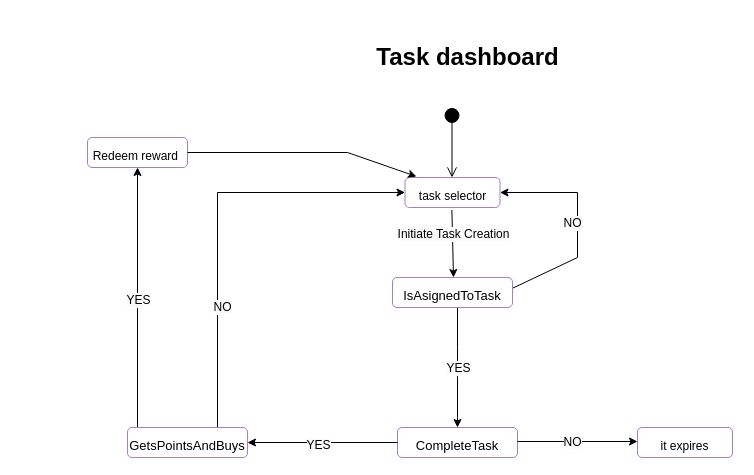
Above: state_machine/StateMachine.drawio in DiaconuAndr3i/ASSMS-Project (draw.io), before the change. Source tidied: cells renumbered, new cells numbered last; positions are measured from the earlier drawing's top-left corner, leaving out a move shared by most shapes. Both pictures are drawn from the tidied source at 100%, with x=0, y=0 at pixel (67, 37).
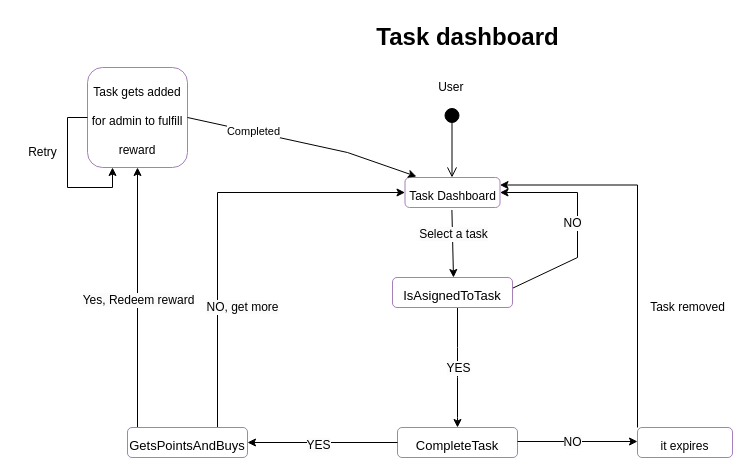
Above is the later version.

Unchanged cells that the change refers to:
```xml
<mxCell id="11" style="endArrow=classic;html=1;rounded=0;fontSize=12;exitX=0.5;exitY=1;exitDx=0;exitDy=0;" parent="1" edge="1">
  <mxGeometry relative="1" as="geometry">
    <mxPoint x="384.4" y="172.5" as="sourcePoint" />
    <mxPoint x="386" y="240" as="targetPoint" />
  </mxGeometry>
</mxCell>
<mxCell id="17" value="&lt;font style=&quot;font-size: 12px;&quot;&gt;it expires&lt;/font&gt;" style="rounded=1;whiteSpace=wrap;html=1;shadow=0;strokeColor=#A680B8;fontSize=24;fillColor=#FFFFFF;" parent="1" vertex="1">
  <mxGeometry x="570" y="390" width="95" height="30" as="geometry" />
</mxCell>
<mxCell id="23" style="endArrow=classic;html=1;rounded=0;fontSize=12;exitX=1;exitY=0.5;exitDx=0;exitDy=0;entryX=0.121;entryY=-0.033;entryDx=0;entryDy=0;entryPerimeter=0;" parent="1" edge="1" source="3" target="10">
  <mxGeometry relative="1" as="geometry">
    <Array as="points">
      <mxPoint x="280" y="115" />
    </Array>
  </mxGeometry>
</mxCell>
```

The edit, as a diff of the source:
```diff
@@
     <mxCell id="2" value="&lt;b&gt;Task dashboard&lt;/b&gt;" style="text;html=1;align=center;verticalAlign=middle;strokeColor=none;fillColor=none;fontSize=24;" parent="1" vertex="1">
-      <mxGeometry x="295" width="210" height="40" as="geometry" />
+      <mxGeometry x="295" y="-20" width="210" height="40" as="geometry" />
     </mxCell>
-    <mxCell id="3" value="&lt;font style=&quot;font-size: 12px;&quot;&gt;Redeem reward&amp;nbsp;&lt;/font&gt;" style="rounded=1;whiteSpace=wrap;html=1;shadow=0;strokeColor=#A680B8;fontSize=24;fillColor=#FFFFFF;" parent="1" vertex="1">
-      <mxGeometry x="20" y="100" width="100" height="30" as="geometry" />
+    <mxCell id="3" value="&lt;font style=&quot;font-size: 12px;&quot;&gt;Task gets added for admin to fulfill reward&lt;/font&gt;" style="rounded=1;whiteSpace=wrap;html=1;shadow=0;strokeColor=#A680B8;fontSize=24;fillColor=#FFFFFF;" parent="1" vertex="1">
+      <mxGeometry x="20" y="30" width="100" height="100" as="geometry" />
     </mxCell>
@@
-    <mxCell id="10" value="&lt;font style=&quot;font-size: 12px;&quot;&gt;task selector&lt;/font&gt;" style="rounded=1;whiteSpace=wrap;html=1;shadow=0;strokeColor=#A680B8;fontSize=24;fillColor=#FFFFFF;" parent="1" vertex="1">
+    <mxCell id="10" value="&lt;font style=&quot;font-size: 12px;&quot;&gt;Task Dashboard&lt;/font&gt;" style="rounded=1;whiteSpace=wrap;html=1;shadow=0;strokeColor=#A680B8;fontSize=24;fillColor=#FFFFFF;" parent="1" vertex="1">
       <mxGeometry x="337.5" y="140" width="95" height="30" as="geometry" />
     </mxCell>
@@
-    <mxCell id="12" value="&lt;span style=&quot;background-color: rgb(251, 251, 251);&quot;&gt;Initiate Task Creation&lt;/span&gt;" style="edgeLabel;html=1;align=center;verticalAlign=middle;fontSize=12;" parent="11" vertex="1">
+    <mxCell id="12" value="&lt;span style=&quot;background-color: rgb(251, 251, 251);&quot;&gt;Select a task&lt;/span&gt;" style="edgeLabel;html=1;align=center;verticalAlign=middle;fontSize=12;" parent="11" vertex="1">
       <mxGeometry x="-0.28" y="1" relative="1" as="geometry" />
     </mxCell>
@@
+    <mxCell id="25" style="edgeStyle=orthogonalEdgeStyle;rounded=0;jettySize=auto;html=1;entryX=1;entryY=0.25;entryDx=0;entryDy=0;" parent="1" edge="1" source="17" target="10">
+      <mxGeometry relative="1" as="geometry">
+        <Array as="points">
+          <mxPoint x="570" y="148" />
+        </Array>
+      </mxGeometry>
+    </mxCell>
@@
-    <mxCell id="22" value="&lt;span style=&quot;background-color: rgb(251, 251, 251);&quot;&gt;NO&lt;/span&gt;" style="edgeLabel;html=1;align=center;verticalAlign=middle;fontSize=12;" parent="1" vertex="1">
-      <mxGeometry x="190" y="270" as="geometry">
+    <mxCell id="22" value="&lt;span style=&quot;background-color: rgb(251, 251, 251);&quot;&gt;NO, get more&lt;/span&gt;" style="edgeLabel;html=1;align=center;verticalAlign=middle;fontSize=12;" parent="1" vertex="1">
+      <mxGeometry x="210" y="270" as="geometry">
         <mxPoint x="-36" y="-1" as="offset" />
       </mxGeometry>
     </mxCell>
@@
+    <mxCell id="26" value="Completed" style="edgeLabel;html=1;align=center;verticalAlign=middle;" parent="23" vertex="1">
+      <mxGeometry x="-0.43" y="1" relative="1" as="geometry" />
+    </mxCell>
-    <mxCell id="24" value="&lt;span style=&quot;background-color: rgb(251, 251, 251);&quot;&gt;YES&lt;/span&gt;" style="edgeLabel;html=1;align=center;verticalAlign=middle;fontSize=12;" parent="1" vertex="1">
+    <mxCell id="24" value="&lt;span style=&quot;background-color: rgb(251, 251, 251);&quot;&gt;Yes, Redeem reward&lt;/span&gt;" style="edgeLabel;html=1;align=center;verticalAlign=middle;fontSize=12;" parent="1" vertex="1">
       <mxGeometry y="255" as="geometry">
         <mxPoint x="70" y="7" as="offset" />
       </mxGeometry>
     </mxCell>
+    <mxCell id="27" value="User&amp;nbsp;" style="text;html=1;align=center;verticalAlign=middle;strokeColor=none;fillColor=none;" parent="1" vertex="1">
+      <mxGeometry x="360" y="35" width="50" height="30" as="geometry" />
+    </mxCell>
+    <mxCell id="28" value="Task removed" style="text;html=1;align=center;verticalAlign=middle;strokeColor=none;fillColor=none;" parent="1" vertex="1">
+      <mxGeometry x="570" y="255" width="100" height="30" as="geometry" />
+    </mxCell>
+    <mxCell id="29" style="edgeStyle=orthogonalEdgeStyle;rounded=0;orthogonalLoop=1;jettySize=auto;html=1;exitX=0;exitY=0.5;exitDx=0;exitDy=0;entryX=0.25;entryY=1;entryDx=0;entryDy=0;" parent="1" edge="1" source="3" target="3">
+      <mxGeometry relative="1" as="geometry" />
+    </mxCell>
+    <mxCell id="30" value="Retry" style="text;html=1;align=center;verticalAlign=middle;strokeColor=none;fillColor=none;" parent="1" vertex="1">
+      <mxGeometry x="-50" y="100" width="50" height="30" as="geometry" />
+    </mxCell>
```
